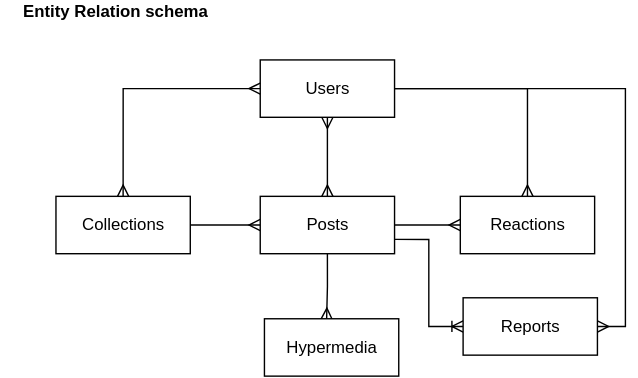
This is images/GeoMedia_ER.svg from albertomorini/UNIPD_CS_MasterThesis, a draw.io export, as it was before one commit. Source tidied: cells renumbered, new cells last; positions are measured from the earlier drawing's top-left corner, leaving out a move shared by most shapes.
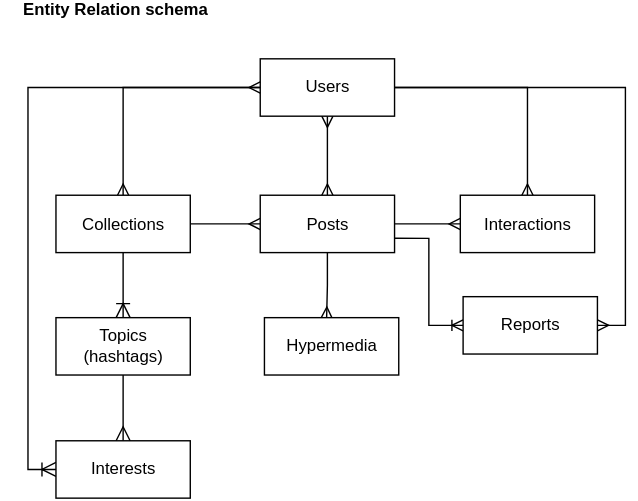
Above is the later version.

Diff of the diagram source:
```diff
@@ -8,6 +8,9 @@
     <mxCell id="3" style="edgeStyle=orthogonalEdgeStyle;rounded=0;jettySize=auto;html=1;exitX=0.5;exitY=1;exitDx=0;exitDy=0;endArrow=ERmany;endFill=0;startArrow=ERmany;startFill=0;entryX=0.5;entryY=0;entryDx=0;entryDy=0;" parent="1" edge="1" source="4" target="11">
       <mxGeometry relative="1" as="geometry" />
     </mxCell>
+    <mxCell id="17" style="edgeStyle=orthogonalEdgeStyle;rounded=0;jettySize=auto;html=1;exitX=0;exitY=0.5;exitDx=0;exitDy=0;entryX=0;entryY=0.5;entryDx=0;entryDy=0;fontSize=12;startSize=8;endSize=8;elbow=vertical;endArrow=ERoneToMany;endFill=0;" parent="1" edge="1" source="4" target="19">
+      <mxGeometry relative="1" as="geometry" />
+    </mxCell>
     <mxCell id="4" value="Users" style="rounded=0;whiteSpace=wrap;html=1;" parent="1" vertex="1">
       <mxGeometry x="186" y="43" width="96" height="41" as="geometry" />
     </mxCell>
@@ -23,6 +26,9 @@
     <mxCell id="8" style="edgeStyle=orthogonalEdgeStyle;rounded=0;jettySize=auto;html=1;exitX=0.5;exitY=0;exitDx=0;exitDy=0;entryX=0;entryY=0.5;entryDx=0;entryDy=0;startArrow=ERmany;startFill=0;endArrow=ERmany;endFill=0;" parent="1" edge="1" source="9" target="4">
       <mxGeometry relative="1" as="geometry" />
     </mxCell>
+    <mxCell id="18" style="edgeStyle=none;curved=1;rounded=0;jettySize=auto;html=1;exitX=0.5;exitY=1;exitDx=0;exitDy=0;entryX=0.5;entryY=0;entryDx=0;entryDy=0;fontSize=12;startSize=8;endSize=8;endArrow=ERoneToMany;endFill=0;" parent="1" edge="1" source="9" target="21">
+      <mxGeometry relative="1" as="geometry" />
+    </mxCell>
     <mxCell id="9" value="Collections" style="rounded=0;whiteSpace=wrap;html=1;" parent="1" vertex="1">
       <mxGeometry x="40" y="140.5" width="96" height="41" as="geometry" />
     </mxCell>
@@ -32,7 +38,7 @@
     <mxCell id="11" value="Posts" style="rounded=0;whiteSpace=wrap;html=1;" parent="1" vertex="1">
       <mxGeometry x="186" y="140.5" width="96" height="41" as="geometry" />
     </mxCell>
-    <mxCell id="12" value="Reactions" style="rounded=0;whiteSpace=wrap;html=1;" parent="1" vertex="1">
+    <mxCell id="12" value="Interactions" style="rounded=0;whiteSpace=wrap;html=1;" parent="1" vertex="1">
       <mxGeometry x="329" y="140.5" width="96" height="41" as="geometry" />
     </mxCell>
     <mxCell id="13" value="&lt;div&gt;Hypermedia&lt;/div&gt;" style="rounded=0;whiteSpace=wrap;html=1;" parent="1" vertex="1">
@@ -47,5 +53,14 @@
     <mxCell id="16" style="edgeStyle=orthogonalEdgeStyle;rounded=0;jettySize=auto;html=1;exitX=1;exitY=0.5;exitDx=0;exitDy=0;endArrow=ERmany;endFill=0;entryX=1;entryY=0.5;entryDx=0;entryDy=0;" parent="1" edge="1" source="4" target="14">
       <mxGeometry relative="1" as="geometry" />
     </mxCell>
+    <mxCell id="19" value="Interests" style="rounded=0;whiteSpace=wrap;html=1;" parent="1" vertex="1">
+      <mxGeometry x="40" y="316" width="96" height="41" as="geometry" />
+    </mxCell>
+    <mxCell id="20" style="edgeStyle=none;curved=1;rounded=0;jettySize=auto;html=1;exitX=0.5;exitY=1;exitDx=0;exitDy=0;entryX=0.5;entryY=0;entryDx=0;entryDy=0;fontSize=12;startSize=8;endSize=8;endArrow=ERmany;endFill=0;" parent="1" edge="1" source="21" target="19">
+      <mxGeometry relative="1" as="geometry" />
+    </mxCell>
+    <mxCell id="21" value="Topics&lt;br&gt;(hashtags)" style="rounded=0;whiteSpace=wrap;html=1;" parent="1" vertex="1">
+      <mxGeometry x="40" y="228" width="96" height="41" as="geometry" />
+    </mxCell>
   </root>
 </mxGraphModel>
```
